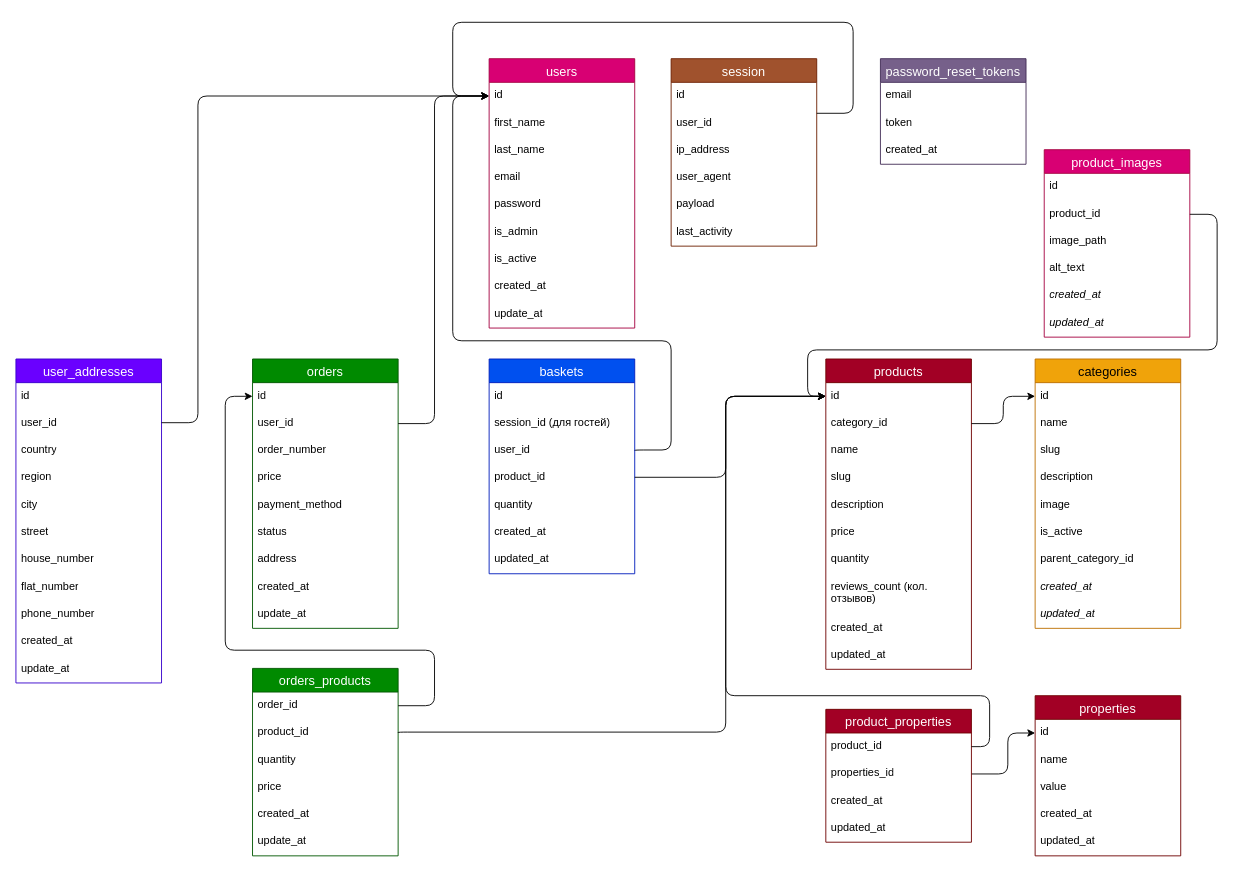
Earlier version of the draw.io diagram src/database/Диаграмма без названия.drawio (Rubin-11/coffee-tea-shop-Laravel13). Source tidied: cells renumbered, new cells numbered last; positions are measured from the earlier drawing's top-left corner, leaving out a move shared by most shapes. Both pictures are drawn from the tidied source at 91%, with x=0, y=0 at pixel (15, 22).
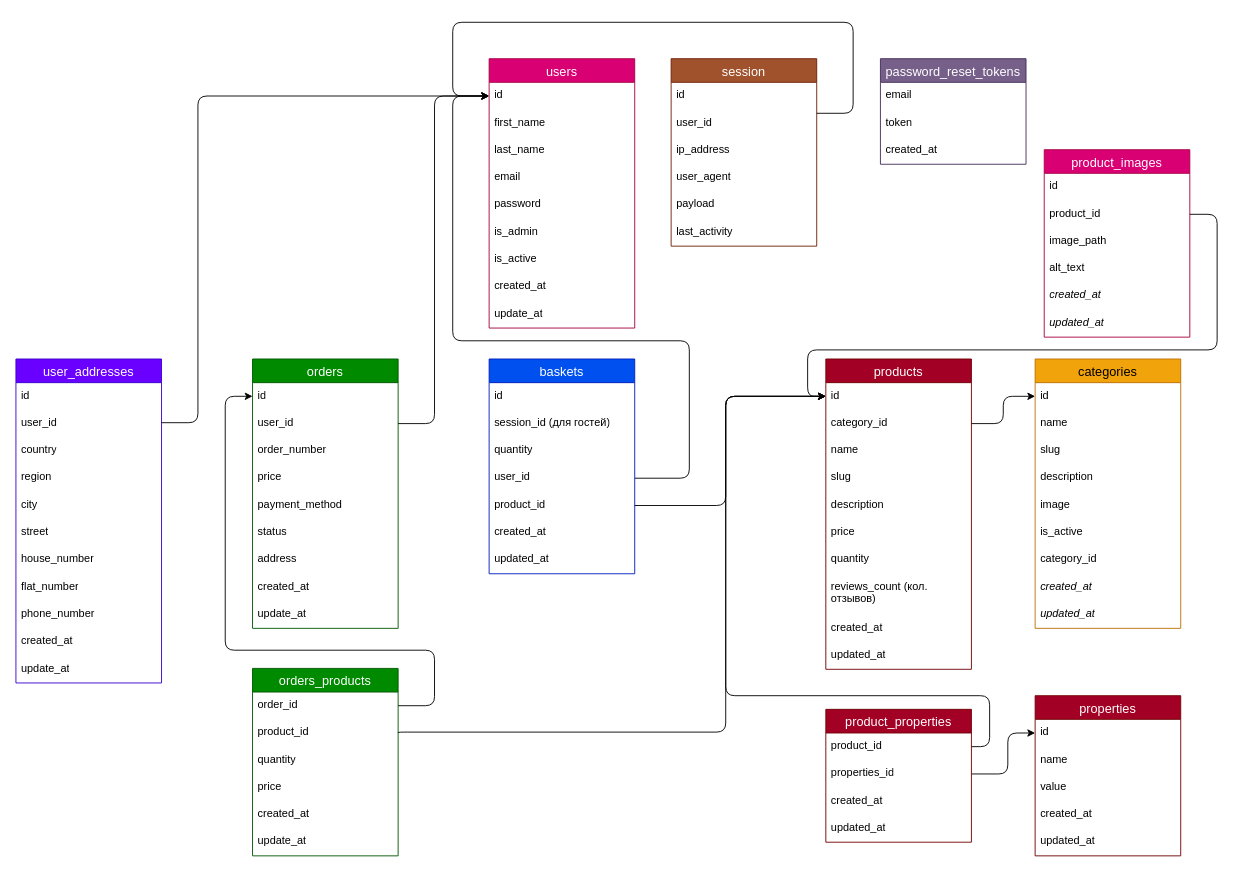
Above is the later version.

The change refers to these unchanged cells:
```xml
<mxCell id="4" value="id" style="text;stroГkeColor=none;fillColor=none;spacingLeft=4;spacingRight=4;overflow=hidden;points=[[0,0.5],[1,0.5]];portConstraint=eastwest;fontSize=12;whiteSpace=wrap;html=1;" parent="3" vertex="1">
  <mxGeometry y="26" width="160" height="30" as="geometry" />
</mxCell>
<mxCell id="14" value="id" style="text;strokeColor=none;fillColor=none;spacingLeft=4;spacingRight=4;overflow=hidden;points=[[0,0.5],[1,0.5]];portConstraint=eastwest;fontSize=12;whiteSpace=wrap;html=1;" parent="13" vertex="1">
  <mxGeometry y="26" width="160" height="30" as="geometry" />
</mxCell>
<mxCell id="24" value="categories" style="swimlane;fontStyle=0;horizontal=1;startSize=26;align=center;fontSize=14;fillColor=#f0a30a;fontColor=#000000;strokeColor=#BD7000;" parent="1" vertex="1">
  <mxGeometry x="1120" y="370" width="160" height="296" as="geometry" />
</mxCell>
<mxCell id="34" value="baskets" style="swimlane;fontStyle=0;horizontal=1;startSize=26;align=center;fontSize=14;fillColor=#0050ef;fontColor=#ffffff;strokeColor=#001DBC;" parent="1" vertex="1">
  <mxGeometry x="520" y="370" width="160" height="236" as="geometry" />
</mxCell>
```

The edit, as a diff of the source:
```diff
@@
-    <mxCell id="2" style="edgeStyle=orthogonalEdgeStyle;rounded=1;jettySize=auto;html=1;curved=0;exitX=1;exitY=0.5;exitDx=0;exitDy=0;entryX=0;entryY=0.5;entryDx=0;entryDy=0;fillColor=#d80073;strokeColor=light-dark(#000000,#FFFF00);" parent="1" edge="1" source="37" target="4">
+    <mxCell id="2" style="edgeStyle=orthogonalEdgeStyle;rounded=1;jettySize=auto;html=1;curved=0;entryX=0;entryY=0.5;entryDx=0;entryDy=0;fillColor=#d80073;strokeColor=light-dark(#000000,#FFFF00);exitX=1;exitY=0.5;exitDx=0;exitDy=0;" parent="1" edge="1" source="37" target="4">
       <mxGeometry relative="1" as="geometry">
         <Array as="points">
-          <mxPoint x="720" y="470" />
-          <mxPoint x="720" y="350" />
+          <mxPoint x="740" y="501" />
+          <mxPoint x="740" y="350" />
           <mxPoint x="480" y="350" />
           <mxPoint x="480" y="81" />
         </Array>
       </mxGeometry>
     </mxCell>
@@
-    <mxCell id="31" value="parent_category_id" style="text;strokeColor=none;fillColor=none;spacingLeft=4;spacingRight=4;overflow=hidden;fontSize=12;whiteSpace=wrap;html=1;" parent="24" vertex="1">
+    <mxCell id="31" value="category_id" style="text;strokeColor=none;fillColor=none;spacingLeft=4;spacingRight=4;overflow=hidden;fontSize=12;whiteSpace=wrap;html=1;" parent="24" vertex="1">
       <mxGeometry y="206" width="160" height="30" as="geometry" />
     </mxCell>
@@
+    <mxCell id="39" value="&lt;span class=&quot;YPkS7KbdpWfGdYKd3QB9&quot; style=&quot;white-space: pre-wrap;&quot;&gt;quantity&lt;/span&gt;" style="text;strokeColor=none;fillColor=none;spacingLeft=4;spacingRight=4;overflow=hidden;fontSize=12;whiteSpace=wrap;html=1;" parent="34" vertex="1">
+      <mxGeometry y="86" width="160" height="30" as="geometry" />
+    </mxCell>
     <mxCell id="37" value="user_id" style="text;strokeColor=none;fillColor=none;spacingLeft=4;spacingRight=4;overflow=hidden;points=[[0,0.5],[1,0.5]];portConstraint=eastwest;fontSize=12;whiteSpace=wrap;html=1;" parent="34" vertex="1">
-      <mxGeometry y="86" width="160" height="30" as="geometry" />
+      <mxGeometry y="116" width="160" height="30" as="geometry" />
     </mxCell>
     <mxCell id="38" value="product_id" style="text;strokeColor=none;fillColor=none;spacingLeft=4;spacingRight=4;overflow=hidden;points=[[0,0.5],[1,0.5]];portConstraint=eastwest;fontSize=12;whiteSpace=wrap;html=1;" parent="34" vertex="1">
-      <mxGeometry y="116" width="160" height="30" as="geometry" />
+      <mxGeometry y="146" width="160" height="30" as="geometry" />
     </mxCell>
-    <mxCell id="39" value="&lt;span class=&quot;YPkS7KbdpWfGdYKd3QB9&quot; style=&quot;white-space: pre-wrap;&quot;&gt;quantity&lt;/span&gt;" style="text;strokeColor=none;fillColor=none;spacingLeft=4;spacingRight=4;overflow=hidden;fontSize=12;whiteSpace=wrap;html=1;" parent="34" vertex="1">
-      <mxGeometry y="146" width="160" height="30" as="geometry" />
-    </mxCell>
@@
     <mxCell id="109" style="edgeStyle=orthogonalEdgeStyle;rounded=1;jettySize=auto;html=1;entryX=0;entryY=0.5;entryDx=0;entryDy=0;curved=0;strokeColor=light-dark(#000000,#FFFF00);" parent="1" edge="1" source="38" target="14">
       <mxGeometry relative="1" as="geometry">
         <Array as="points">
-          <mxPoint x="780" y="500" />
+          <mxPoint x="780" y="531" />
           <mxPoint x="780" y="411" />
         </Array>
       </mxGeometry>
     </mxCell>
```
